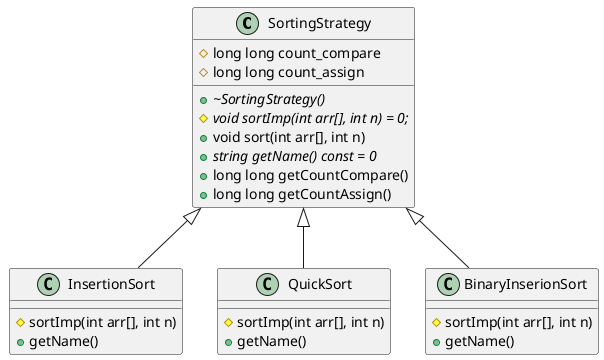
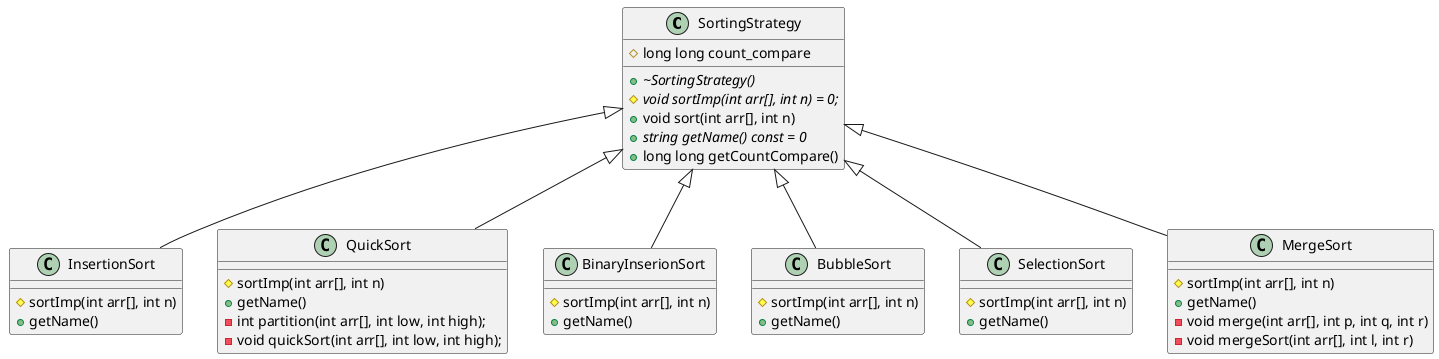
@startuml ClassDiagram

class SortingStrategy {
    #long long count_compare
-     #long long count_assign
    +{abstract} ~SortingStrategy()
    #{abstract} void sortImp(int arr[], int n) = 0;
    +void sort(int arr[], int n)
    +{abstract} string getName() const = 0
    +long long getCountCompare()
-     +long long getCountAssign()
}

class InsertionSort {
    #{method} sortImp(int arr[], int n)
    +{method} getName()
}

class QuickSort{
    #{method} sortImp(int arr[], int n)
    +{method} getName()
+     -int partition(int arr[], int low, int high);
+     -void quickSort(int arr[], int low, int high);
}

class BinaryInserionSort {
    #{method} sortImp(int arr[], int n)
    +{method} getName()
}

+ class BubbleSort{
+     #{method} sortImp(int arr[], int n)
+     +{method} getName()
+ 
+ }
+ 
+ class SelectionSort {
+     #{method} sortImp(int arr[], int n)
+     +{method} getName()
+ 
+ }
+ 
+ class MergeSort {
+     #{method} sortImp(int arr[], int n)
+     +{method} getName()
+     -void merge(int arr[], int p, int q, int r)
+     -void mergeSort(int arr[], int l, int r)
+ }
+ 
' Relations beetween classes
SortingStrategy <|-- InsertionSort
SortingStrategy <|-- QuickSort
SortingStrategy <|-- BinaryInserionSort
+ SortingStrategy <|-- BubbleSort
+ SortingStrategy <|-- SelectionSort
+ SortingStrategy <|-- MergeSort
+ 


@enduml